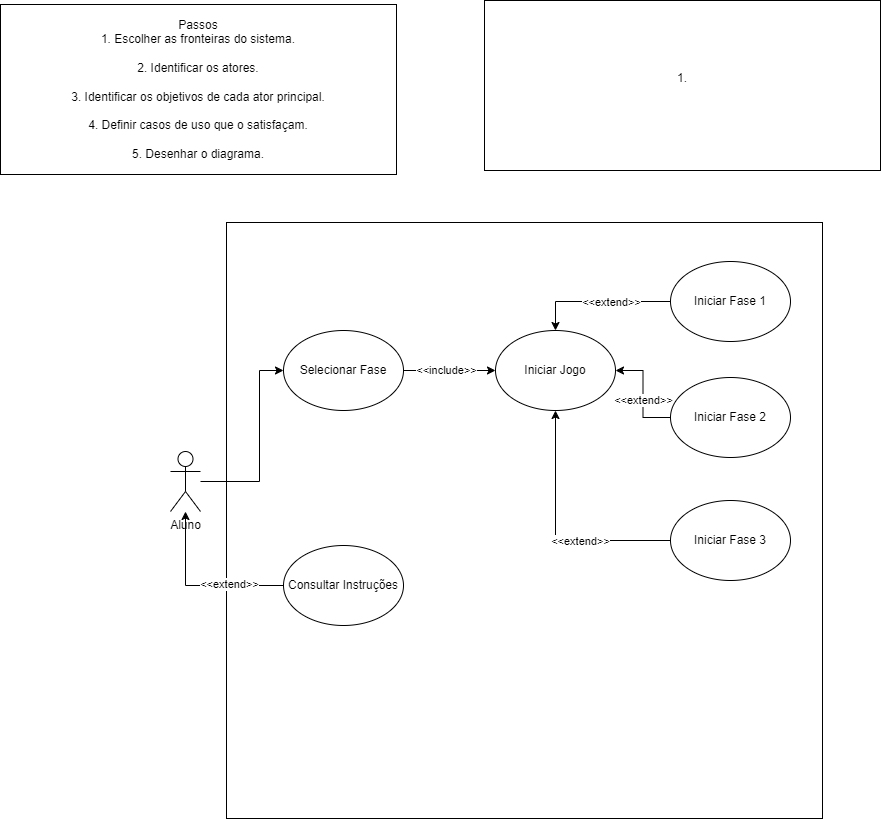
Earlier version of the draw.io export JOGOES.drawio.png (BrendaGarcez/Lixo-no-Lixo). Source tidied: cells renumbered, new cells last; positions are measured from the earlier drawing's top-left corner, leaving out a move shared by most shapes.
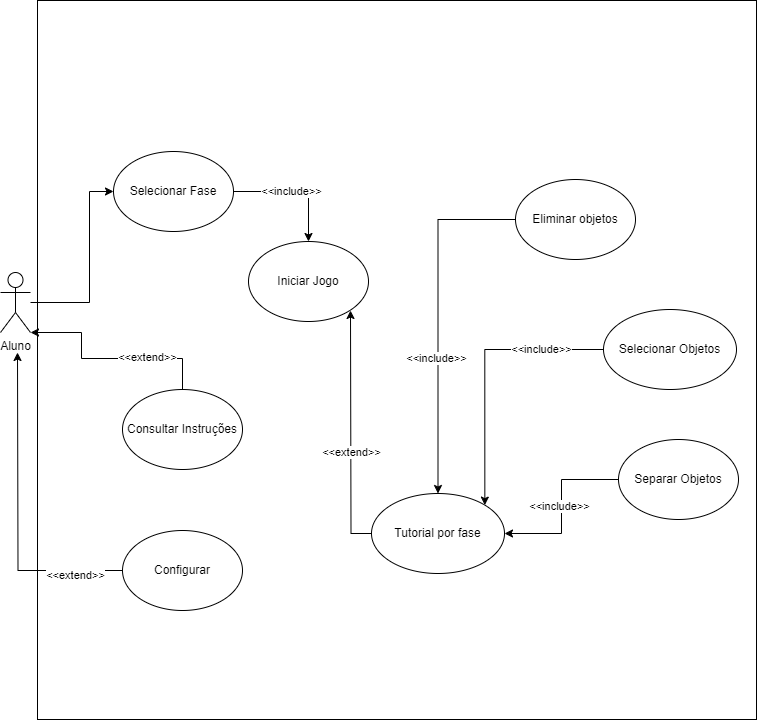
After the change.

Change to the diagram source:
```diff
@@ -3,7 +3,7 @@
     <mxCell id="0" />
     <mxCell id="1" parent="0" />
     <mxCell id="2" style="whiteSpace=wrap;html=1;" parent="1" vertex="1">
-      <mxGeometry x="226" y="222" width="596" height="596" as="geometry" />
+      <mxGeometry x="207" y="179" width="719" height="719" as="geometry" />
     </mxCell>
     <mxCell id="3" style="edgeStyle=orthogonalEdgeStyle;rounded=0;jettySize=auto;html=1;entryX=0;entryY=0.5;entryDx=0;entryDy=0;" parent="1" edge="1" source="4" target="8">
       <mxGeometry relative="1" as="geometry">
@@ -16,7 +16,7 @@
       <mxGeometry x="170" y="451" width="30" height="60" as="geometry" />
     </mxCell>
     <mxCell id="5" value="Iniciar Jogo" style="ellipse;whiteSpace=wrap;html=1;" parent="1" vertex="1">
-      <mxGeometry x="495" y="330" width="120" height="80" as="geometry" />
+      <mxGeometry x="418" y="420" width="120" height="80" as="geometry" />
     </mxCell>
     <mxCell id="6" style="edgeStyle=orthogonalEdgeStyle;rounded=0;jettySize=auto;html=1;" parent="1" edge="1" source="8" target="5">
       <mxGeometry relative="1" as="geometry" />
@@ -27,16 +27,12 @@
     <mxCell id="8" value="Selecionar Fase" style="ellipse;whiteSpace=wrap;html=1;" parent="1" vertex="1">
       <mxGeometry x="283" y="330" width="120" height="80" as="geometry" />
     </mxCell>
-    <mxCell id="9" value="Passos&lt;br/&gt;1. Escolher as fronteiras do sistema.&lt;br/&gt;&lt;br&gt;2. Identificar os atores.&lt;br/&gt;&lt;br&gt;3. Identificar os objetivos de cada ator principal.&lt;br/&gt;&lt;br&gt;4. Definir casos de uso que o satisfaçam.&lt;br/&gt;&lt;br&gt;5. Desenhar o diagrama." style="rounded=0;whiteSpace=wrap;html=1;" parent="1" vertex="1">
-      <mxGeometry y="4" width="396" height="170" as="geometry" />
-    </mxCell>
-    <mxCell id="10" value="1.&lt;div&gt;&lt;br/&gt;&lt;/div&gt;" style="rounded=0;whiteSpace=wrap;html=1;" parent="1" vertex="1">
-      <mxGeometry x="484" width="396" height="170" as="geometry" />
-    </mxCell>
-    <mxCell id="11" style="edgeStyle=orthogonalEdgeStyle;rounded=0;jettySize=auto;html=1;" parent="1" edge="1" source="13" target="4">
+    <mxCell id="11" style="edgeStyle=orthogonalEdgeStyle;rounded=0;jettySize=auto;html=1;entryX=1;entryY=1;entryDx=0;entryDy=0;entryPerimeter=0;exitX=0.5;exitY=0;exitDx=0;exitDy=0;" parent="1" edge="1" source="13" target="4">
       <mxGeometry relative="1" as="geometry">
         <Array as="points">
-          <mxPoint x="185" y="585" />
+          <mxPoint x="352" y="537" />
+          <mxPoint x="251" y="537" />
+          <mxPoint x="251" y="511" />
         </Array>
       </mxGeometry>
     </mxCell>
@@ -44,34 +40,59 @@
       <mxGeometry x="-0.36" y="-2" relative="1" as="geometry" />
     </mxCell>
     <mxCell id="13" value="Consultar Instruções" style="ellipse;whiteSpace=wrap;html=1;" parent="1" vertex="1">
-      <mxGeometry x="283" y="545" width="120" height="80" as="geometry" />
+      <mxGeometry x="292" y="568" width="120" height="80" as="geometry" />
     </mxCell>
-    <mxCell id="14" style="edgeStyle=orthogonalEdgeStyle;rounded=0;jettySize=auto;html=1;entryX=0.5;entryY=0;entryDx=0;entryDy=0;" parent="1" edge="1" source="16" target="5">
-      <mxGeometry relative="1" as="geometry" />
+    <mxCell id="14" style="edgeStyle=orthogonalEdgeStyle;rounded=0;jettySize=auto;html=1;exitX=0;exitY=0.5;exitDx=0;exitDy=0;" parent="1" edge="1" source="16">
+      <mxGeometry relative="1" as="geometry">
+        <mxPoint x="520" y="489" as="targetPoint" />
+      </mxGeometry>
     </mxCell>
     <mxCell id="15" value="&amp;lt;&amp;lt;extend&amp;gt;&amp;gt;" style="edgeLabel;html=1;align=center;verticalAlign=middle;" parent="14" vertex="1">
       <mxGeometry x="-0.16" relative="1" as="geometry" />
     </mxCell>
-    <mxCell id="16" value="Iniciar Fase 1" style="ellipse;whiteSpace=wrap;html=1;" parent="1" vertex="1">
-      <mxGeometry x="670" y="261" width="120" height="80" as="geometry" />
+    <mxCell id="16" value="Tutorial por fase" style="ellipse;whiteSpace=wrap;html=1;" parent="1" vertex="1">
+      <mxGeometry x="541" y="672" width="133" height="80" as="geometry" />
     </mxCell>
-    <mxCell id="17" style="edgeStyle=orthogonalEdgeStyle;rounded=0;jettySize=auto;html=1;" parent="1" edge="1" source="19" target="5">
-      <mxGeometry relative="1" as="geometry" />
-    </mxCell>
-    <mxCell id="18" value="&amp;lt;&amp;lt;extend&amp;gt;&amp;gt;" style="edgeLabel;html=1;align=center;verticalAlign=middle;" parent="17" vertex="1">
-      <mxGeometry x="-0.12" relative="1" as="geometry" />
-    </mxCell>
-    <mxCell id="19" value="Iniciar Fase 2" style="ellipse;whiteSpace=wrap;html=1;" parent="1" vertex="1">
-      <mxGeometry x="670" y="377" width="120" height="80" as="geometry" />
-    </mxCell>
-    <mxCell id="20" style="edgeStyle=orthogonalEdgeStyle;rounded=0;jettySize=auto;html=1;" parent="1" edge="1" source="22" target="5">
-      <mxGeometry relative="1" as="geometry" />
-    </mxCell>
-    <mxCell id="21" value="&amp;lt;&amp;lt;extend&amp;gt;&amp;gt;" style="edgeLabel;html=1;align=center;verticalAlign=middle;" parent="20" vertex="1">
-      <mxGeometry x="-0.26" relative="1" as="geometry" />
-    </mxCell>
-    <mxCell id="22" value="Iniciar Fase 3" style="ellipse;whiteSpace=wrap;html=1;" parent="1" vertex="1">
-      <mxGeometry x="670" y="500" width="120" height="80" as="geometry" />
-    </mxCell>
+    <mxCell id="23" style="edgeStyle=orthogonalEdgeStyle;rounded=0;orthogonalLoop=1;jettySize=auto;html=1;exitX=0;exitY=0.5;exitDx=0;exitDy=0;entryX=0;entryY=0.5;entryDx=0;entryDy=0;" parent="1" edge="1" source="32" target="32">
+      <mxGeometry relative="1" as="geometry" />
+    </mxCell>
+    <mxCell id="24" style="edgeStyle=orthogonalEdgeStyle;rounded=0;jettySize=auto;html=1;" parent="1" edge="1" source="26">
+      <mxGeometry relative="1" as="geometry">
+        <mxPoint x="187" y="531" as="targetPoint" />
+      </mxGeometry>
+    </mxCell>
+    <mxCell id="25" value="&amp;lt;&amp;lt;extend&amp;gt;&amp;gt;" style="edgeLabel;html=1;align=center;verticalAlign=middle;" parent="24" vertex="1">
+      <mxGeometry x="-0.7" y="4" relative="1" as="geometry" />
+    </mxCell>
+    <mxCell id="26" value="Configurar" style="ellipse;whiteSpace=wrap;html=1;" parent="1" vertex="1">
+      <mxGeometry x="292" y="709" width="120" height="80" as="geometry" />
+    </mxCell>
+    <mxCell id="27" style="edgeStyle=orthogonalEdgeStyle;rounded=0;jettySize=auto;html=1;entryX=1;entryY=0;entryDx=0;entryDy=0;" parent="1" edge="1" source="29" target="16">
+      <mxGeometry relative="1" as="geometry" />
+    </mxCell>
+    <mxCell id="28" value="&amp;lt;&amp;lt;include&amp;gt;&amp;gt;" style="edgeLabel;html=1;align=center;verticalAlign=middle;" parent="27" vertex="1">
+      <mxGeometry x="-0.54" y="-1" relative="1" as="geometry" />
+    </mxCell>
+    <mxCell id="29" value="Selecionar Objetos" style="ellipse;whiteSpace=wrap;html=1;" parent="1" vertex="1">
+      <mxGeometry x="773" y="488" width="133" height="80" as="geometry" />
+    </mxCell>
+    <mxCell id="30" style="edgeStyle=orthogonalEdgeStyle;rounded=0;jettySize=auto;html=1;entryX=1;entryY=0.5;entryDx=0;entryDy=0;" parent="1" edge="1" source="32" target="16">
+      <mxGeometry relative="1" as="geometry" />
+    </mxCell>
+    <mxCell id="31" value="&amp;lt;&amp;lt;include&amp;gt;&amp;gt;" style="edgeLabel;html=1;align=center;verticalAlign=middle;" parent="30" vertex="1">
+      <mxGeometry x="-0.01" y="-3" relative="1" as="geometry" />
+    </mxCell>
+    <mxCell id="32" value="Separar Objetos" style="ellipse;whiteSpace=wrap;html=1;" parent="1" vertex="1">
+      <mxGeometry x="788" y="618" width="120" height="80" as="geometry" />
+    </mxCell>
+    <mxCell id="33" style="edgeStyle=orthogonalEdgeStyle;rounded=0;jettySize=auto;html=1;entryX=0.5;entryY=0;entryDx=0;entryDy=0;" parent="1" edge="1" source="35" target="16">
+      <mxGeometry relative="1" as="geometry" />
+    </mxCell>
+    <mxCell id="34" value="&amp;lt;&amp;lt;include&amp;gt;&amp;gt;" style="edgeLabel;html=1;align=center;verticalAlign=middle;" parent="33" vertex="1">
+      <mxGeometry x="0.23" y="-2" relative="1" as="geometry" />
+    </mxCell>
+    <mxCell id="35" value="Eliminar objetos" style="ellipse;whiteSpace=wrap;html=1;" parent="1" vertex="1">
+      <mxGeometry x="685" y="358" width="120" height="80" as="geometry" />
+    </mxCell>
   </root>
 </mxGraphModel>
```
